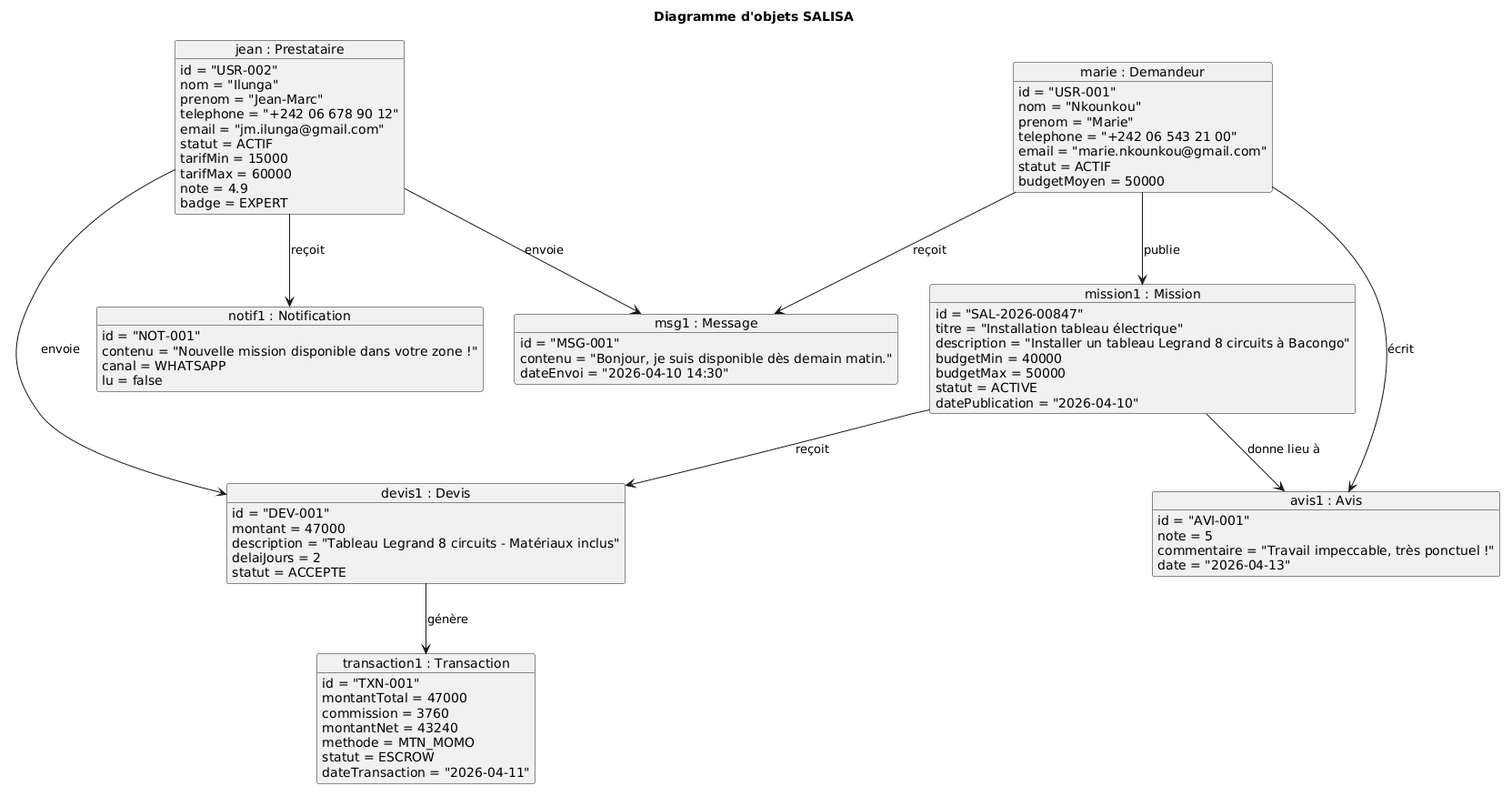
The PlantUML diagram images/diagramme_objets.png in KazeHolloway/Projet_LaTex, before a commit. The source it was exported from:
```plantuml
@startuml
title Diagramme d'objets SALISA


object "marie : Demandeur" as marie {
  id = "USR-001"
  nom = "Nkounkou"
  prenom = "Marie"
  telephone = "+242 06 543 21 00"
  email = "marie.nkounkou@gmail.com"
  statut = ACTIF
  budgetMoyen = 50000
}

object "jean : Prestataire" as jean {
  id = "USR-002"
  nom = "Ilunga"
  prenom = "Jean-Marc"
  telephone = "+242 06 678 90 12"
  email = "jm.ilunga@gmail.com"
  statut = ACTIF
  tarifMin = 15000
  tarifMax = 60000
  note = 4.9
  badge = EXPERT
}

object "mission1 : Mission" as mission1 {
  id = "SAL-2026-00847"
  titre = "Installation tableau électrique"
  description = "Installer un tableau Legrand 8 circuits à Bacongo"
  budgetMin = 40000
  budgetMax = 50000
  statut = ACTIVE
  datePublication = "2026-04-10"
}

object "devis1 : Devis" as devis1 {
  id = "DEV-001"
  montant = 47000
  description = "Tableau Legrand 8 circuits - Matériaux inclus"
  delaiJours = 2
  statut = ACCEPTE
}

object "transaction1 : Transaction" as transaction1 {
  id = "TXN-001"
  montantTotal = 47000
  commission = 3760
  montantNet = 43240
  methode = MTN_MOMO
  statut = ESCROW
  dateTransaction = "2026-04-11"
}

object "avis1 : Avis" as avis1 {
  id = "AVI-001"
  note = 5
  commentaire = "Travail impeccable, très ponctuel !"
  date = "2026-04-13"
}

object "msg1 : Message" as msg1 {
  id = "MSG-001"
  contenu = "Bonjour, je suis disponible dès demain matin."
  dateEnvoi = "2026-04-10 14:30"
}

object "notif1 : Notification" as notif1 {
  id = "NOT-001"
  contenu = "Nouvelle mission disponible dans votre zone !"
  canal = WHATSAPP
  lu = false
}


marie --> mission1 : publie
mission1 --> devis1 : reçoit
jean --> devis1 : envoie
devis1 --> transaction1 : génère
mission1 --> avis1 : donne lieu à
marie --> avis1 : écrit
jean --> msg1 : envoie
marie --> msg1 : reçoit
jean --> notif1 : reçoit
@enduml
```
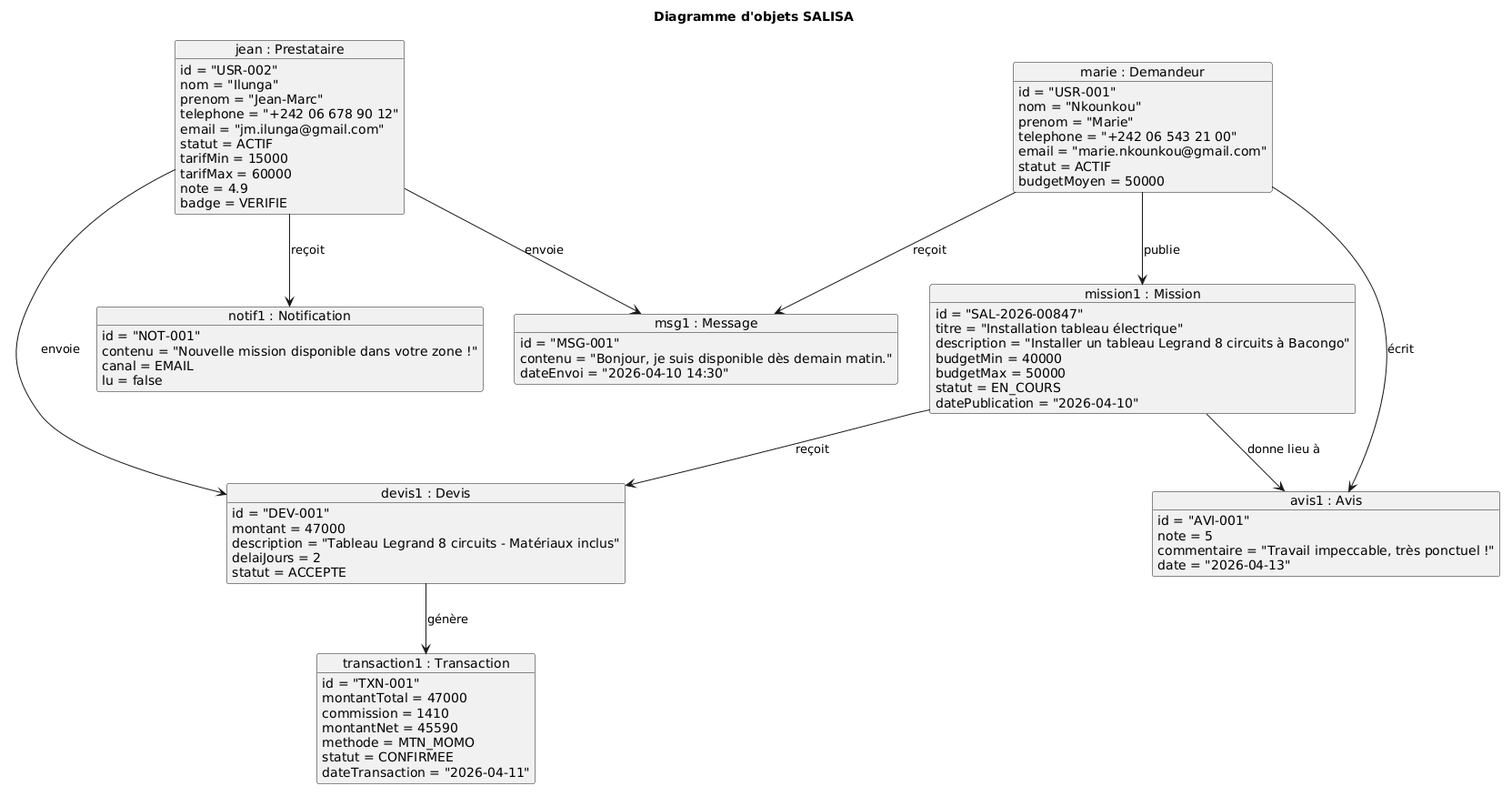
Above is the later version.

The edit, as a diff of the source:
```diff
@@ -22,7 +22,7 @@
   tarifMin = 15000
   tarifMax = 60000
   note = 4.9
-  badge = EXPERT
+  badge = VERIFIE
 }
 
 object "mission1 : Mission" as mission1 {
@@ -31,7 +31,7 @@
   description = "Installer un tableau Legrand 8 circuits à Bacongo"
   budgetMin = 40000
   budgetMax = 50000
-  statut = ACTIVE
+  statut = EN_COURS
   datePublication = "2026-04-10"
 }
 
@@ -46,10 +46,10 @@
 object "transaction1 : Transaction" as transaction1 {
   id = "TXN-001"
   montantTotal = 47000
-  commission = 3760
-  montantNet = 43240
+  commission = 1410
+  montantNet = 45590
   methode = MTN_MOMO
-  statut = ESCROW
+  statut = CONFIRMEE
   dateTransaction = "2026-04-11"
 }
 
@@ -69,7 +69,7 @@
 object "notif1 : Notification" as notif1 {
   id = "NOT-001"
   contenu = "Nouvelle mission disponible dans votre zone !"
-  canal = WHATSAPP
+  canal = EMAIL
   lu = false
 }
 
```
